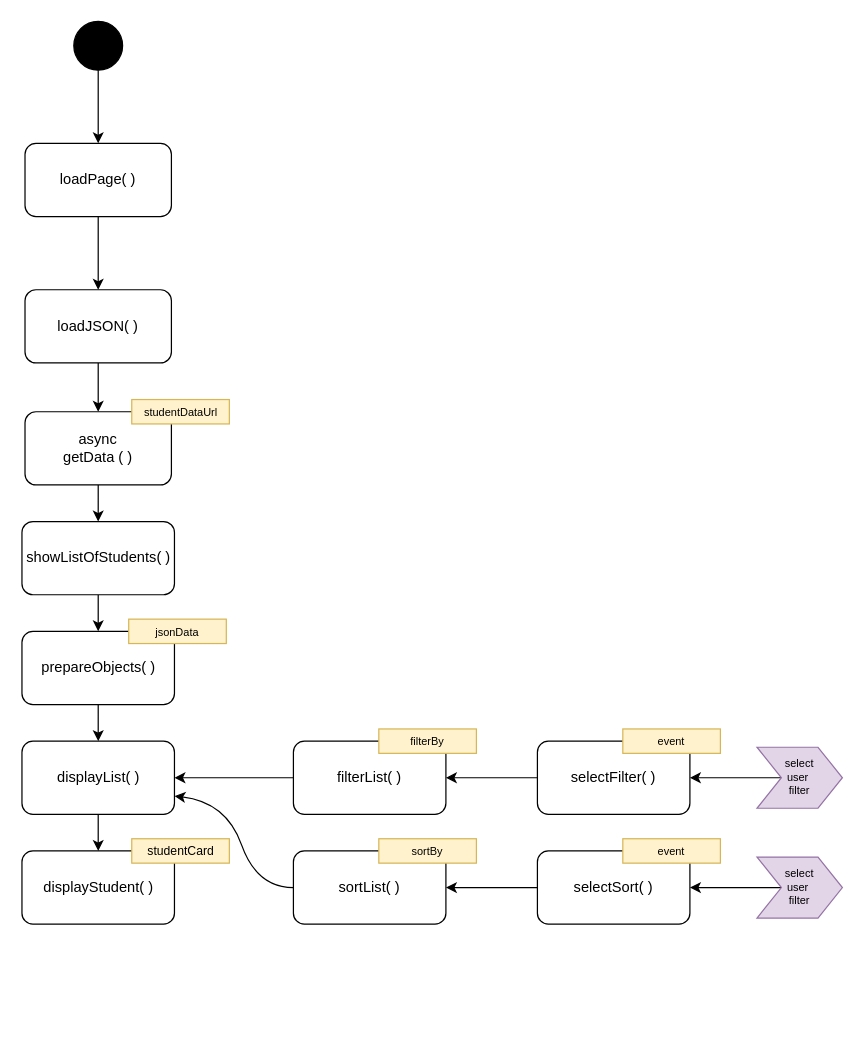
Above: diagram_hacked_hogwarts_student_list.drawio in TheFred94/hacked_hogwarts_student_list (draw.io), before the change. Source tidied: cells renumbered, new cells numbered last; positions are measured from the earlier drawing's top-left corner, leaving out a move shared by most shapes. Both pictures are drawn from the tidied source at 122%, with x=0, y=0 at pixel (22, 21).
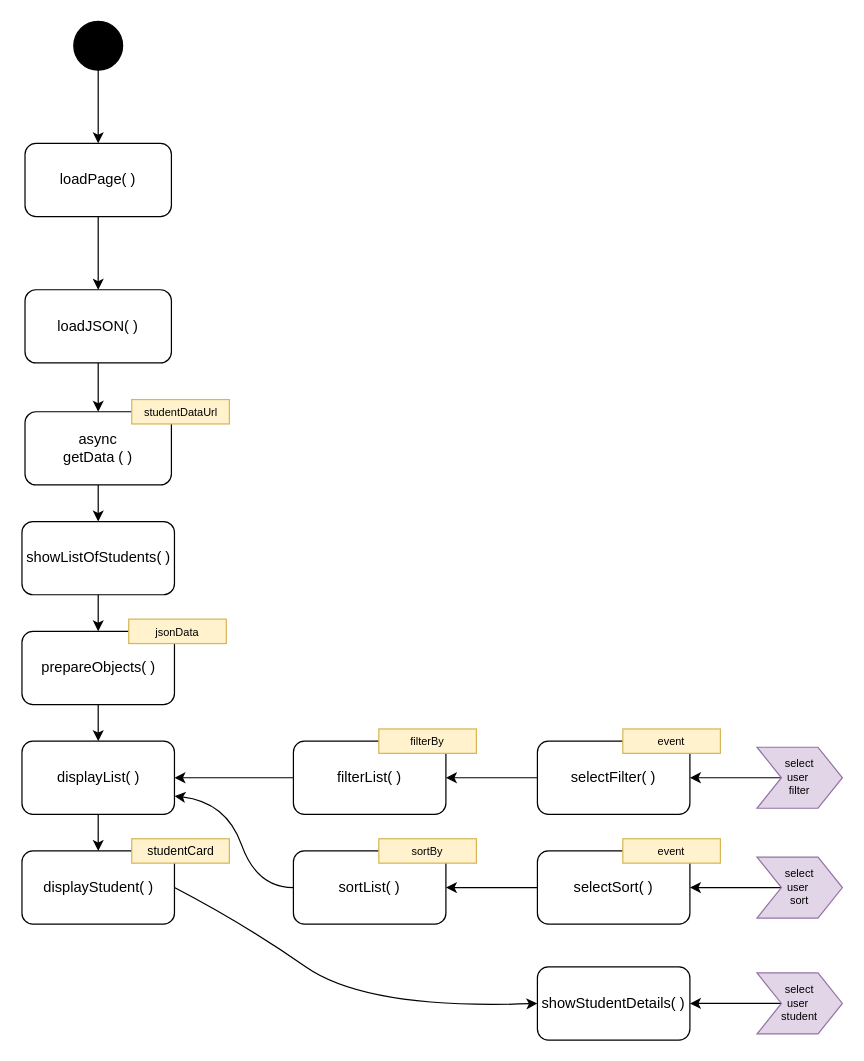
After the change.

Unchanged cells that the change refers to:
```xml
<mxCell id="17" value="displayStudent( )" style="rounded=1;whiteSpace=wrap;html=1;fillColor=#FFFFFF;" parent="1" vertex="1">
  <mxGeometry x="-0.5" y="680" width="125" height="60" as="geometry" />
</mxCell>
```

Diff of the diagram source:
```diff
@@
-    <mxCell id="29" value="select&lt;br&gt;user&amp;nbsp;&lt;br&gt;filter" style="shape=step;perimeter=stepPerimeter;whiteSpace=wrap;html=1;fixedSize=1;strokeColor=#9673a6;fontSize=9;fillColor=#e1d5e7;align=center;" parent="1" vertex="1">
+    <mxCell id="29" value="select&lt;br&gt;user&amp;nbsp;&lt;br&gt;sort" style="shape=step;perimeter=stepPerimeter;whiteSpace=wrap;html=1;fixedSize=1;strokeColor=#9673a6;fontSize=9;fillColor=#e1d5e7;align=center;" parent="1" vertex="1">
       <mxGeometry x="602" y="685" width="70" height="50" as="geometry" />
     </mxCell>
@@
+    <mxCell id="36" style="edgeStyle=orthogonalEdgeStyle;rounded=0;jettySize=auto;html=1;" parent="1" edge="1" source="37" target="38">
+      <mxGeometry relative="1" as="geometry" />
+    </mxCell>
+    <mxCell id="37" value="select&lt;br&gt;user&amp;nbsp;&lt;br&gt;student" style="shape=step;perimeter=stepPerimeter;whiteSpace=wrap;html=1;fixedSize=1;strokeColor=#9673a6;fontSize=9;fillColor=#e1d5e7;align=center;" parent="1" vertex="1">
+      <mxGeometry x="602" y="780" width="70" height="50" as="geometry" />
+    </mxCell>
+    <mxCell id="38" value="showStudentDetails( )" style="rounded=1;whiteSpace=wrap;html=1;fillColor=#FFFFFF;" parent="1" vertex="1">
+      <mxGeometry x="422" y="775" width="125" height="60" as="geometry" />
+    </mxCell>
+    <mxCell id="39" style="curved=1;endArrow=classic;html=1;rounded=0;exitX=1;exitY=0.5;exitDx=0;exitDy=0;entryX=0;entryY=0.5;entryDx=0;entryDy=0;" parent="1" edge="1" source="17" target="38">
+      <mxGeometry relative="1" as="geometry">
+        <Array as="points">
+          <mxPoint x="182" y="740" />
+          <mxPoint x="282" y="810" />
+        </Array>
+      </mxGeometry>
+    </mxCell>
```
